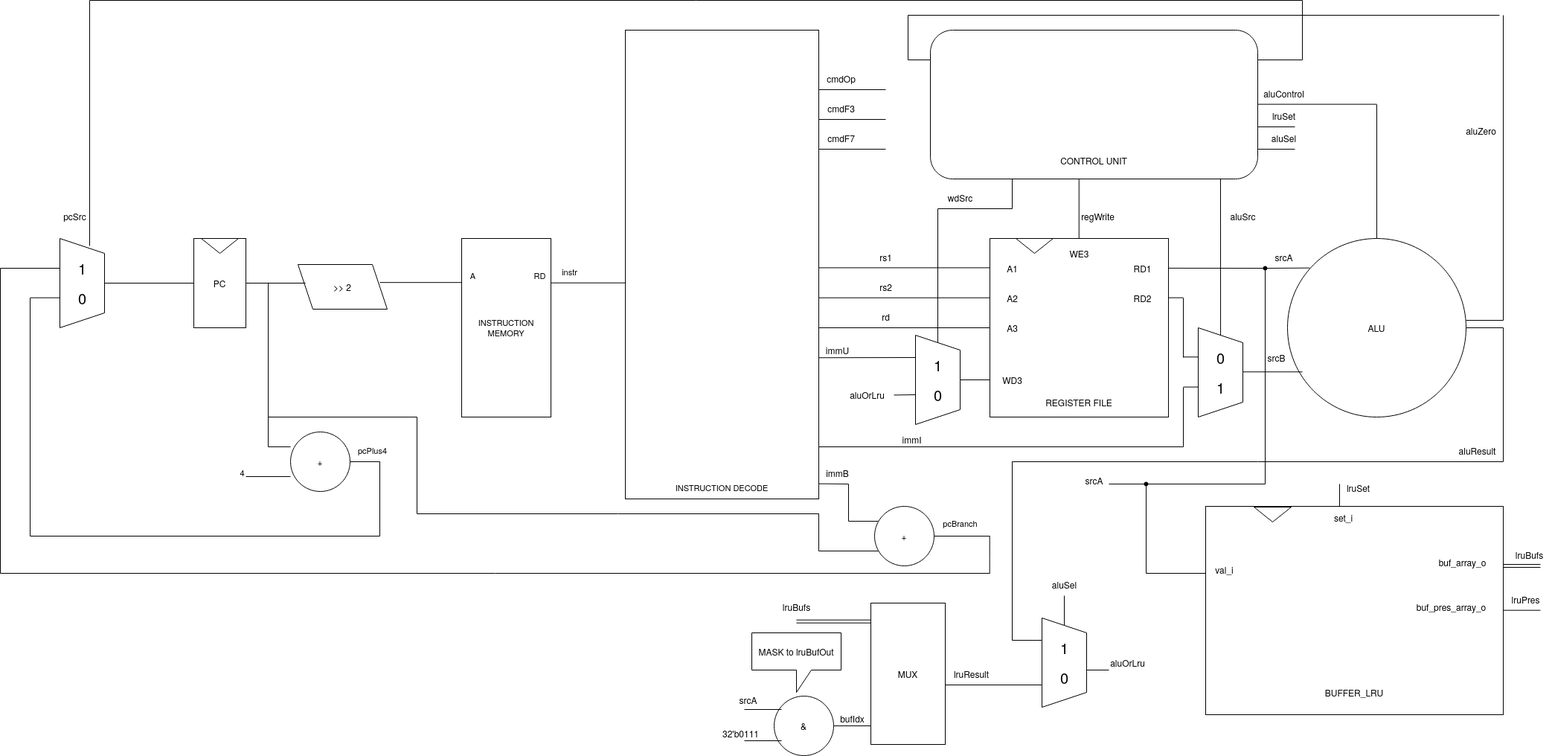
Earlier version of the draw.io export doc/schematics.drawio.png (zubrailx/university-itmo). Source tidied: cells renumbered, new cells last; positions are measured from the earlier drawing's top-left corner, leaving out a move shared by most shapes.
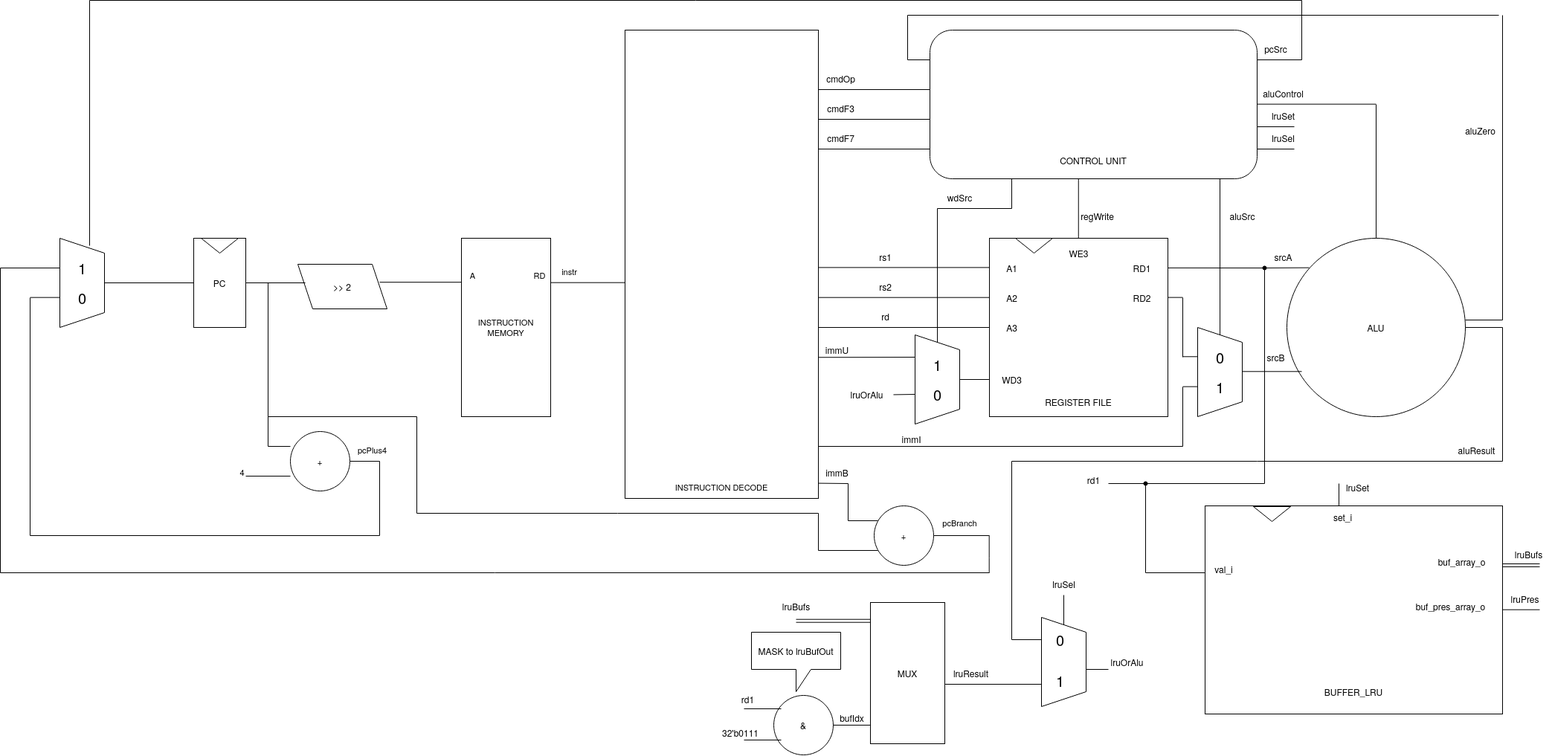
After the commit.

Change to the diagram source:
```diff
@@ -268,9 +268,6 @@
         <mxPoint x="120" as="targetPoint" />
       </mxGeometry>
     </mxCell>
-    <mxCell id="63" value="pcSrc" style="text;html=1;align=center;verticalAlign=middle;strokeColor=none;fillColor=none;" parent="1" vertex="1">
-      <mxGeometry x="75" y="275" width="50" height="30" as="geometry" />
-    </mxCell>
     <mxCell id="64" style="endArrow=none;html=1;rounded=0;" parent="1" edge="1">
       <mxGeometry relative="1" as="geometry">
         <mxPoint x="1590" y="479.3" as="sourcePoint" />
@@ -459,19 +456,19 @@
     <mxCell id="101" style="endArrow=none;html=1;rounded=0;" parent="1" edge="1">
       <mxGeometry relative="1" as="geometry">
         <mxPoint x="1100" y="120" as="sourcePoint" />
-        <mxPoint x="1190" y="120" as="targetPoint" />
+        <mxPoint x="1250" y="120" as="targetPoint" />
       </mxGeometry>
     </mxCell>
     <mxCell id="102" style="endArrow=none;html=1;rounded=0;" parent="1" edge="1">
       <mxGeometry relative="1" as="geometry">
         <mxPoint x="1100" y="160" as="sourcePoint" />
-        <mxPoint x="1190" y="160" as="targetPoint" />
+        <mxPoint x="1250" y="160" as="targetPoint" />
       </mxGeometry>
     </mxCell>
     <mxCell id="103" style="endArrow=none;html=1;rounded=0;" parent="1" edge="1">
       <mxGeometry relative="1" as="geometry">
         <mxPoint x="1100" y="200" as="sourcePoint" />
-        <mxPoint x="1190" y="200" as="targetPoint" />
+        <mxPoint x="1250" y="200" as="targetPoint" />
       </mxGeometry>
     </mxCell>
     <mxCell id="104" value="cmdOp" style="text;html=1;align=center;verticalAlign=middle;strokeColor=none;fillColor=none;" parent="1" vertex="1">
@@ -495,8 +492,8 @@
         <mxPoint x="1740" y="200" as="targetPoint" />
       </mxGeometry>
     </mxCell>
-    <mxCell id="110" value="aluSel" style="text;html=1;align=center;verticalAlign=middle;strokeColor=none;fillColor=none;" parent="1" vertex="1">
-      <mxGeometry x="1695" y="170" width="60" height="30" as="geometry" />
+    <mxCell id="110" value="lruSel" style="text;html=1;align=center;verticalAlign=middle;strokeColor=none;fillColor=none;" parent="1" vertex="1">
+      <mxGeometry x="1700" y="170" width="50" height="30" as="geometry" />
     </mxCell>
     <mxCell id="111" style="endArrow=none;html=1;rounded=0;" parent="1" edge="1">
       <mxGeometry relative="1" as="geometry">
@@ -621,14 +618,14 @@
     <mxCell id="136" style="shape=waypoint;sketch=0;fillStyle=solid;size=6;points=[];fillColor=none;perimeter=centerPerimeter;snapToPoint=1;" parent="1" vertex="1">
       <mxGeometry x="1690" y="350" width="20" height="20" as="geometry" />
     </mxCell>
-    <mxCell id="137" value="srcA" style="text;html=1;align=center;verticalAlign=middle;strokeColor=none;fillColor=none;" parent="1" vertex="1">
-      <mxGeometry x="1445" y="630" width="50" height="30" as="geometry" />
+    <mxCell id="137" value="rd1" style="text;html=1;align=center;verticalAlign=middle;strokeColor=none;fillColor=none;" parent="1" vertex="1">
+      <mxGeometry x="1450" y="630" width="40" height="30" as="geometry" />
     </mxCell>
     <mxCell id="138" value="&amp;amp;" style="ellipse;whiteSpace=wrap;html=1;" parent="1" vertex="1">
       <mxGeometry x="1040" y="935" width="80" height="80" as="geometry" />
     </mxCell>
-    <mxCell id="139" value="srcA" style="text;html=1;align=center;verticalAlign=middle;strokeColor=none;fillColor=none;" parent="1" vertex="1">
-      <mxGeometry x="980" y="925" width="50" height="30" as="geometry" />
+    <mxCell id="139" value="rd1" style="text;html=1;align=center;verticalAlign=middle;strokeColor=none;fillColor=none;" parent="1" vertex="1">
+      <mxGeometry x="985" y="925" width="40" height="30" as="geometry" />
     </mxCell>
     <mxCell id="140" style="endArrow=none;html=1;rounded=0;" parent="1" edge="1">
       <mxGeometry relative="1" as="geometry">
@@ -675,7 +672,7 @@
         <mxPoint x="1400" y="920" as="targetPoint" />
       </mxGeometry>
     </mxCell>
-    <mxCell id="150" value="aluOrLru" style="text;html=1;align=center;verticalAlign=middle;strokeColor=none;fillColor=none;" parent="1" vertex="1">
+    <mxCell id="150" value="lruOrAlu" style="text;html=1;align=center;verticalAlign=middle;strokeColor=none;fillColor=none;" parent="1" vertex="1">
       <mxGeometry x="1130" y="515" width="70" height="30" as="geometry" />
     </mxCell>
     <mxCell id="151" style="endArrow=none;html=1;rounded=0;" parent="1" edge="1">
@@ -694,10 +691,10 @@
       <mxGeometry x="1370" y="860" width="120" height="60" as="geometry" />
     </mxCell>
     <mxCell id="154" value="&lt;font style=&quot;font-size: 20px;&quot;&gt;0&lt;/font&gt;" style="text;html=1;align=center;verticalAlign=middle;strokeColor=none;fillColor=none;" parent="1" vertex="1">
-      <mxGeometry x="1415" y="890" width="30" height="40" as="geometry" />
+      <mxGeometry x="1410" y="840" width="30" height="40" as="geometry" />
     </mxCell>
     <mxCell id="155" value="&lt;font style=&quot;font-size: 20px;&quot;&gt;1&lt;/font&gt;" style="text;html=1;align=center;verticalAlign=middle;strokeColor=none;fillColor=none;" parent="1" vertex="1">
-      <mxGeometry x="1415" y="850" width="30" height="40" as="geometry" />
+      <mxGeometry x="1410" y="895" width="30" height="40" as="geometry" />
     </mxCell>
     <mxCell id="156" style="endArrow=none;html=1;rounded=0;" parent="1" edge="1">
       <mxGeometry relative="1" as="geometry">
@@ -705,7 +702,7 @@
         <mxPoint x="1490" y="900" as="targetPoint" />
       </mxGeometry>
     </mxCell>
-    <mxCell id="157" value="aluOrLru" style="text;html=1;align=center;verticalAlign=middle;strokeColor=none;fillColor=none;" parent="1" vertex="1">
+    <mxCell id="157" value="lruOrAlu" style="text;html=1;align=center;verticalAlign=middle;strokeColor=none;fillColor=none;" parent="1" vertex="1">
       <mxGeometry x="1480" y="875" width="70" height="30" as="geometry" />
     </mxCell>
     <mxCell id="158" value="lruResult" style="text;html=1;align=center;verticalAlign=middle;strokeColor=none;fillColor=none;" parent="1" vertex="1">
@@ -717,8 +714,8 @@
         <mxPoint x="1430" y="800" as="targetPoint" />
       </mxGeometry>
     </mxCell>
-    <mxCell id="160" value="aluSel" style="text;html=1;align=center;verticalAlign=middle;strokeColor=none;fillColor=none;" parent="1" vertex="1">
-      <mxGeometry x="1400" y="770" width="60" height="30" as="geometry" />
+    <mxCell id="160" value="lruSel" style="text;html=1;align=center;verticalAlign=middle;strokeColor=none;fillColor=none;" parent="1" vertex="1">
+      <mxGeometry x="1405" y="770" width="50" height="30" as="geometry" />
     </mxCell>
     <mxCell id="161" style="shape=link;html=1;rounded=0;" parent="1" edge="1">
       <mxGeometry relative="1" as="geometry">
@@ -735,5 +732,8 @@
     <mxCell id="163" value="lruSet" style="text;html=1;align=center;verticalAlign=middle;strokeColor=none;fillColor=none;" parent="1" vertex="1">
       <mxGeometry x="1700" y="140" width="50" height="30" as="geometry" />
     </mxCell>
+    <mxCell id="63" value="pcSrc" style="text;html=1;align=center;verticalAlign=middle;strokeColor=none;fillColor=none;" parent="1" vertex="1">
+      <mxGeometry x="1690" y="50" width="50" height="30" as="geometry" />
+    </mxCell>
   </root>
 </mxGraphModel>
```
